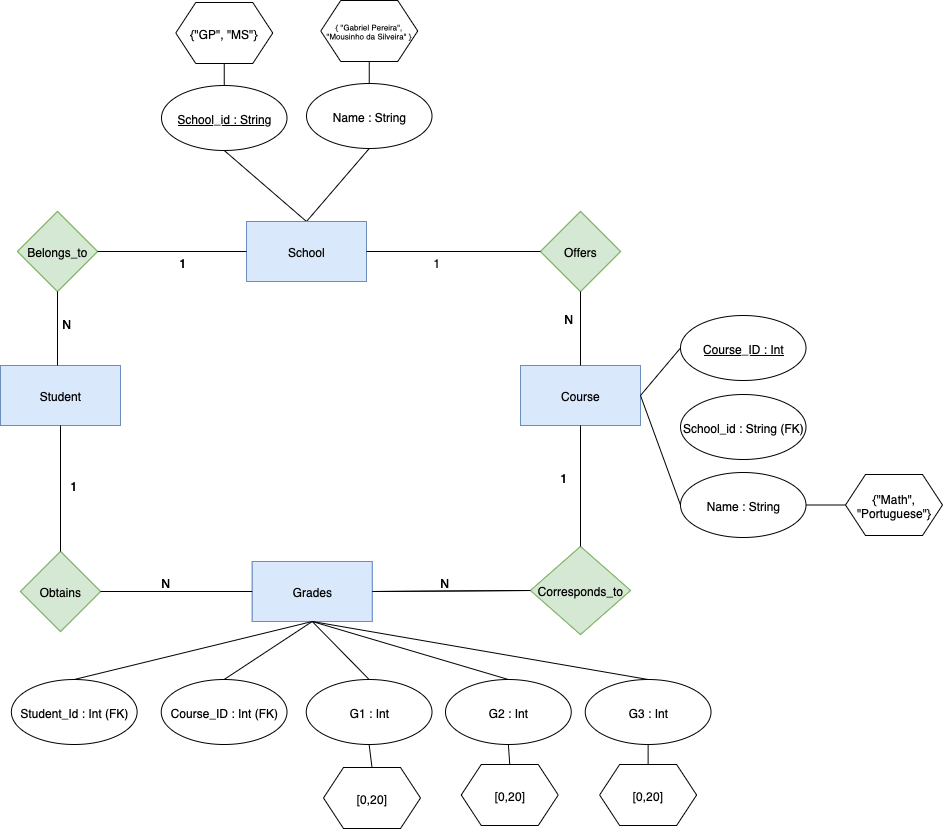
Above: Tarea2/MODELOER_P1.png in fisamz/Repositorio_MCDBDR (draw.io), before the change. Source tidied: cells renumbered, new cells last; positions are measured from the earlier drawing's top-left corner, leaving out a move shared by most shapes. Source of this version:
```xml
<mxGraphModel>
  <root>
    <mxCell id="0" />
    <mxCell id="1" parent="0" />
    <mxCell id="2" value="Student" style="rounded=0;whiteSpace=wrap;html=1;fillColor=#dae8fc;strokeColor=#6c8ebf;" parent="1" vertex="1">
      <mxGeometry y="365" width="120" height="60" as="geometry" />
    </mxCell>
    <mxCell id="3" value="Course" style="rounded=0;whiteSpace=wrap;html=1;fillColor=#dae8fc;strokeColor=#6c8ebf;" parent="1" vertex="1">
      <mxGeometry x="520" y="365" width="120" height="60" as="geometry" />
    </mxCell>
    <mxCell id="4" value="Grades" style="rounded=0;whiteSpace=wrap;html=1;fillColor=#dae8fc;strokeColor=#6c8ebf;" parent="1" vertex="1">
      <mxGeometry x="251.8" y="561" width="120" height="60" as="geometry" />
    </mxCell>
    <mxCell id="5" value="School" style="rounded=0;whiteSpace=wrap;html=1;fillColor=#dae8fc;strokeColor=#6c8ebf;" parent="1" vertex="1">
      <mxGeometry x="246" y="221" width="120" height="60" as="geometry" />
    </mxCell>
    <mxCell id="6" value="&lt;div style=&quot;text-align: start;&quot;&gt;{&quot;GP&quot;, &quot;MS&quot;}&lt;br&gt;&lt;/div&gt;" style="shape=hexagon;perimeter=hexagonPerimeter2;whiteSpace=wrap;html=1;fixedSize=1;" parent="1" vertex="1">
      <mxGeometry x="175.2" y="2" width="97" height="61" as="geometry" />
    </mxCell>
    <mxCell id="7" value="School_id : String" style="ellipse;whiteSpace=wrap;html=1;fontStyle=4;" parent="1" vertex="1">
      <mxGeometry x="161" y="85" width="125.5" height="65" as="geometry" />
    </mxCell>
    <mxCell id="8" style="endArrow=none;html=1;rounded=0;exitX=0.5;exitY=0;exitDx=0;exitDy=0;entryX=0.5;entryY=1;entryDx=0;entryDy=0;" parent="1" edge="1" source="7" target="6">
      <mxGeometry relative="1" as="geometry" />
    </mxCell>
    <mxCell id="9" style="endArrow=none;html=1;rounded=0;exitX=0.5;exitY=0;exitDx=0;exitDy=0;entryX=0.5;entryY=1;entryDx=0;entryDy=0;" parent="1" edge="1" source="5" target="7">
      <mxGeometry relative="1" as="geometry" />
    </mxCell>
    <mxCell id="10" value="Belongs_to" style="rhombus;whiteSpace=wrap;html=1;fillColor=#d5e8d4;strokeColor=#82b366;" parent="1" vertex="1">
      <mxGeometry x="17" y="211" width="80" height="80" as="geometry" />
    </mxCell>
    <mxCell id="11" style="endArrow=none;html=1;rounded=0;entryX=0.5;entryY=1;entryDx=0;entryDy=0;" parent="1" edge="1" target="10">
      <mxGeometry relative="1" as="geometry">
        <mxPoint x="57" y="365" as="sourcePoint" />
      </mxGeometry>
    </mxCell>
    <mxCell id="12" style="endArrow=none;html=1;rounded=0;entryX=0;entryY=0.5;entryDx=0;entryDy=0;exitX=1;exitY=0.5;exitDx=0;exitDy=0;" parent="1" edge="1" source="10" target="5">
      <mxGeometry relative="1" as="geometry" />
    </mxCell>
    <mxCell id="13" value="N" style="text;html=1;align=center;verticalAlign=middle;whiteSpace=wrap;rounded=0;" parent="1" vertex="1">
      <mxGeometry x="50" y="313" width="32.8" height="19" as="geometry" />
    </mxCell>
    <mxCell id="14" value="1" style="text;html=1;align=center;verticalAlign=middle;whiteSpace=wrap;rounded=0;" parent="1" vertex="1">
      <mxGeometry x="166" y="252" width="32.8" height="19" as="geometry" />
    </mxCell>
    <mxCell id="15" value="Obtains" style="rhombus;whiteSpace=wrap;html=1;fillColor=#d5e8d4;strokeColor=#82b366;" parent="1" vertex="1">
      <mxGeometry x="20" y="551" width="80" height="80" as="geometry" />
    </mxCell>
    <mxCell id="16" style="endArrow=none;html=1;rounded=0;exitX=0.5;exitY=0;exitDx=0;exitDy=0;entryX=0.5;entryY=1;entryDx=0;entryDy=0;" parent="1" edge="1" source="15" target="2">
      <mxGeometry relative="1" as="geometry" />
    </mxCell>
    <mxCell id="17" style="endArrow=none;html=1;rounded=0;exitX=0;exitY=0.5;exitDx=0;exitDy=0;entryX=1;entryY=0.5;entryDx=0;entryDy=0;" parent="1" edge="1" source="4" target="15">
      <mxGeometry relative="1" as="geometry" />
    </mxCell>
    <mxCell id="18" value="1" style="text;html=1;align=center;verticalAlign=middle;whiteSpace=wrap;rounded=0;" parent="1" vertex="1">
      <mxGeometry x="57.4" y="475" width="32.8" height="19" as="geometry" />
    </mxCell>
    <mxCell id="19" value="N" style="text;html=1;align=center;verticalAlign=middle;whiteSpace=wrap;rounded=0;" parent="1" vertex="1">
      <mxGeometry x="149" y="572" width="32.8" height="19" as="geometry" />
    </mxCell>
    <mxCell id="20" value="Corresponds_to" style="rhombus;whiteSpace=wrap;html=1;fillColor=#d5e8d4;strokeColor=#82b366;" parent="1" vertex="1">
      <mxGeometry x="530" y="546" width="100" height="88" as="geometry" />
    </mxCell>
    <mxCell id="21" style="endArrow=none;html=1;rounded=0;exitX=0;exitY=0.5;exitDx=0;exitDy=0;entryX=1;entryY=0.5;entryDx=0;entryDy=0;" parent="1" edge="1" source="20" target="4">
      <mxGeometry relative="1" as="geometry" />
    </mxCell>
    <mxCell id="22" style="endArrow=none;html=1;rounded=0;exitX=0.5;exitY=0;exitDx=0;exitDy=0;entryX=0.5;entryY=1;entryDx=0;entryDy=0;" parent="1" edge="1" source="20" target="3">
      <mxGeometry relative="1" as="geometry" />
    </mxCell>
    <mxCell id="23" value="N" style="text;html=1;align=center;verticalAlign=middle;whiteSpace=wrap;rounded=0;" parent="1" vertex="1">
      <mxGeometry x="428" y="572" width="32.8" height="19" as="geometry" />
    </mxCell>
    <mxCell id="24" value="1" style="text;html=1;align=center;verticalAlign=middle;whiteSpace=wrap;rounded=0;" parent="1" vertex="1">
      <mxGeometry x="547.2" y="467" width="32.8" height="19" as="geometry" />
    </mxCell>
    <mxCell id="25" value="Offers" style="rhombus;whiteSpace=wrap;html=1;fillColor=#d5e8d4;strokeColor=#82b366;" parent="1" vertex="1">
      <mxGeometry x="540" y="211" width="80" height="80" as="geometry" />
    </mxCell>
    <mxCell id="26" style="endArrow=none;html=1;rounded=0;exitX=1;exitY=0.5;exitDx=0;exitDy=0;entryX=0;entryY=0.5;entryDx=0;entryDy=0;" parent="1" edge="1" source="5" target="25">
      <mxGeometry relative="1" as="geometry" />
    </mxCell>
    <mxCell id="27" style="endArrow=none;html=1;rounded=0;exitX=0.5;exitY=0;exitDx=0;exitDy=0;entryX=0.5;entryY=1;entryDx=0;entryDy=0;" parent="1" edge="1" source="3" target="25">
      <mxGeometry relative="1" as="geometry" />
    </mxCell>
    <mxCell id="28" value="1" style="text;html=1;align=center;verticalAlign=middle;whiteSpace=wrap;rounded=0;" parent="1" vertex="1">
      <mxGeometry x="420" y="252" width="32.8" height="19" as="geometry" />
    </mxCell>
    <mxCell id="29" value="N" style="text;html=1;align=center;verticalAlign=middle;whiteSpace=wrap;rounded=0;" parent="1" vertex="1">
      <mxGeometry x="552" y="308" width="32.8" height="19" as="geometry" />
    </mxCell>
    <mxCell id="30" value="&lt;div&gt;{ &quot;Gabriel Pereira&quot;, &quot;Mousinho da Silveira&quot; }&lt;/div&gt;" style="shape=hexagon;perimeter=hexagonPerimeter2;whiteSpace=wrap;html=1;fixedSize=1;fontSize=8;align=center;" parent="1" vertex="1">
      <mxGeometry x="320.2" width="97" height="61" as="geometry" />
    </mxCell>
    <mxCell id="31" value="Name : String" style="ellipse;whiteSpace=wrap;html=1;" parent="1" vertex="1">
      <mxGeometry x="306" y="83" width="125.5" height="65" as="geometry" />
    </mxCell>
    <mxCell id="32" style="endArrow=none;html=1;rounded=0;exitX=0.5;exitY=0;exitDx=0;exitDy=0;entryX=0.5;entryY=1;entryDx=0;entryDy=0;" parent="1" edge="1" source="31" target="30">
      <mxGeometry relative="1" as="geometry" />
    </mxCell>
    <mxCell id="33" style="endArrow=none;html=1;rounded=0;exitX=0.5;exitY=0;exitDx=0;exitDy=0;entryX=0.5;entryY=1;entryDx=0;entryDy=0;" parent="1" edge="1" source="5" target="31">
      <mxGeometry relative="1" as="geometry" />
    </mxCell>
    <mxCell id="34" value="Course_ID : Int" style="ellipse;whiteSpace=wrap;html=1;fontStyle=4;" parent="1" vertex="1">
      <mxGeometry x="680" y="315" width="125.5" height="65" as="geometry" />
    </mxCell>
    <mxCell id="35" value="Student" style="rounded=0;whiteSpace=wrap;html=1;fillColor=#dae8fc;strokeColor=#6c8ebf;" parent="1" vertex="1">
      <mxGeometry y="365" width="120" height="60" as="geometry" />
    </mxCell>
    <mxCell id="36" value="Course" style="rounded=0;whiteSpace=wrap;html=1;fillColor=#dae8fc;strokeColor=#6c8ebf;" parent="1" vertex="1">
      <mxGeometry x="520" y="365" width="120" height="60" as="geometry" />
    </mxCell>
    <mxCell id="37" value="Grades" style="rounded=0;whiteSpace=wrap;html=1;fillColor=#dae8fc;strokeColor=#6c8ebf;" parent="1" vertex="1">
      <mxGeometry x="251.8" y="561" width="120" height="60" as="geometry" />
    </mxCell>
    <mxCell id="38" value="School" style="rounded=0;whiteSpace=wrap;html=1;fillColor=#dae8fc;strokeColor=#6c8ebf;" parent="1" vertex="1">
      <mxGeometry x="246" y="221" width="120" height="60" as="geometry" />
    </mxCell>
    <mxCell id="39" value="Belongs_to" style="rhombus;whiteSpace=wrap;html=1;fillColor=#d5e8d4;strokeColor=#82b366;" parent="1" vertex="1">
      <mxGeometry x="17" y="211" width="80" height="80" as="geometry" />
    </mxCell>
    <mxCell id="40" style="endArrow=none;html=1;rounded=0;entryX=0.5;entryY=1;entryDx=0;entryDy=0;" parent="1" edge="1" target="39">
      <mxGeometry relative="1" as="geometry">
        <mxPoint x="57" y="365" as="sourcePoint" />
      </mxGeometry>
    </mxCell>
    <mxCell id="41" style="endArrow=none;html=1;rounded=0;entryX=0;entryY=0.5;entryDx=0;entryDy=0;exitX=1;exitY=0.5;exitDx=0;exitDy=0;" parent="1" edge="1" source="39" target="38">
      <mxGeometry relative="1" as="geometry" />
    </mxCell>
    <mxCell id="42" value="N" style="text;html=1;align=center;verticalAlign=middle;whiteSpace=wrap;rounded=0;" parent="1" vertex="1">
      <mxGeometry x="50" y="313" width="32.8" height="19" as="geometry" />
    </mxCell>
    <mxCell id="43" value="1" style="text;html=1;align=center;verticalAlign=middle;whiteSpace=wrap;rounded=0;" parent="1" vertex="1">
      <mxGeometry x="166" y="252" width="32.8" height="19" as="geometry" />
    </mxCell>
    <mxCell id="44" value="Obtains" style="rhombus;whiteSpace=wrap;html=1;fillColor=#d5e8d4;strokeColor=#82b366;" parent="1" vertex="1">
      <mxGeometry x="20" y="551" width="80" height="80" as="geometry" />
    </mxCell>
    <mxCell id="45" style="endArrow=none;html=1;rounded=0;exitX=0.5;exitY=0;exitDx=0;exitDy=0;entryX=0.5;entryY=1;entryDx=0;entryDy=0;" parent="1" edge="1" source="44" target="35">
      <mxGeometry relative="1" as="geometry" />
    </mxCell>
    <mxCell id="46" style="endArrow=none;html=1;rounded=0;exitX=0;exitY=0.5;exitDx=0;exitDy=0;entryX=1;entryY=0.5;entryDx=0;entryDy=0;" parent="1" edge="1" source="37" target="44">
      <mxGeometry relative="1" as="geometry" />
    </mxCell>
    <mxCell id="47" value="1" style="text;html=1;align=center;verticalAlign=middle;whiteSpace=wrap;rounded=0;" parent="1" vertex="1">
      <mxGeometry x="57.4" y="475" width="32.8" height="19" as="geometry" />
    </mxCell>
    <mxCell id="48" value="N" style="text;html=1;align=center;verticalAlign=middle;whiteSpace=wrap;rounded=0;" parent="1" vertex="1">
      <mxGeometry x="149" y="572" width="32.8" height="19" as="geometry" />
    </mxCell>
    <mxCell id="49" value="Corresponds_to" style="rhombus;whiteSpace=wrap;html=1;fillColor=#d5e8d4;strokeColor=#82b366;" parent="1" vertex="1">
      <mxGeometry x="530" y="546" width="100" height="88" as="geometry" />
    </mxCell>
    <mxCell id="50" style="endArrow=none;html=1;rounded=0;exitX=0;exitY=0.5;exitDx=0;exitDy=0;entryX=1;entryY=0.5;entryDx=0;entryDy=0;" parent="1" edge="1" source="49" target="37">
      <mxGeometry relative="1" as="geometry" />
    </mxCell>
    <mxCell id="51" style="endArrow=none;html=1;rounded=0;exitX=0.5;exitY=0;exitDx=0;exitDy=0;entryX=0.5;entryY=1;entryDx=0;entryDy=0;" parent="1" edge="1" source="49" target="36">
      <mxGeometry relative="1" as="geometry" />
    </mxCell>
    <mxCell id="52" value="N" style="text;html=1;align=center;verticalAlign=middle;whiteSpace=wrap;rounded=0;" parent="1" vertex="1">
      <mxGeometry x="428" y="572" width="32.8" height="19" as="geometry" />
    </mxCell>
    <mxCell id="53" value="1" style="text;html=1;align=center;verticalAlign=middle;whiteSpace=wrap;rounded=0;" parent="1" vertex="1">
      <mxGeometry x="547.2" y="467" width="32.8" height="19" as="geometry" />
    </mxCell>
    <mxCell id="54" value="Offers" style="rhombus;whiteSpace=wrap;html=1;fillColor=#d5e8d4;strokeColor=#82b366;" parent="1" vertex="1">
      <mxGeometry x="540" y="211" width="80" height="80" as="geometry" />
    </mxCell>
    <mxCell id="55" style="endArrow=none;html=1;rounded=0;exitX=1;exitY=0.5;exitDx=0;exitDy=0;entryX=0;entryY=0.5;entryDx=0;entryDy=0;" parent="1" edge="1" source="38" target="54">
      <mxGeometry relative="1" as="geometry" />
    </mxCell>
    <mxCell id="56" style="endArrow=none;html=1;rounded=0;exitX=0.5;exitY=0;exitDx=0;exitDy=0;entryX=0.5;entryY=1;entryDx=0;entryDy=0;" parent="1" edge="1" source="36" target="54">
      <mxGeometry relative="1" as="geometry" />
    </mxCell>
    <mxCell id="57" value="N" style="text;html=1;align=center;verticalAlign=middle;whiteSpace=wrap;rounded=0;" parent="1" vertex="1">
      <mxGeometry x="552" y="308" width="32.8" height="19" as="geometry" />
    </mxCell>
    <mxCell id="58" value="Name : String" style="ellipse;whiteSpace=wrap;html=1;fontStyle=0;" parent="1" vertex="1">
      <mxGeometry x="680" y="472" width="125.5" height="65" as="geometry" />
    </mxCell>
    <mxCell id="59" style="endArrow=none;html=1;rounded=0;entryX=0;entryY=0.5;entryDx=0;entryDy=0;exitX=1;exitY=0.5;exitDx=0;exitDy=0;" parent="1" edge="1" source="36" target="34">
      <mxGeometry relative="1" as="geometry" />
    </mxCell>
    <mxCell id="60" style="endArrow=none;html=1;rounded=0;entryX=0;entryY=0.5;entryDx=0;entryDy=0;exitX=1;exitY=0.5;exitDx=0;exitDy=0;" parent="1" edge="1" source="36" target="58">
      <mxGeometry relative="1" as="geometry" />
    </mxCell>
    <mxCell id="61" value="&lt;div&gt;{&quot;Math&quot;, &quot;Portuguese&quot;}&lt;/div&gt;" style="shape=hexagon;perimeter=hexagonPerimeter2;whiteSpace=wrap;html=1;fixedSize=1;fontSize=12;align=center;" parent="1" vertex="1">
      <mxGeometry x="845" y="474" width="97" height="61" as="geometry" />
    </mxCell>
    <mxCell id="62" style="endArrow=none;html=1;rounded=0;entryX=0;entryY=0.5;entryDx=0;entryDy=0;exitX=1;exitY=0.5;exitDx=0;exitDy=0;" parent="1" edge="1" source="58" target="61">
      <mxGeometry relative="1" as="geometry" />
    </mxCell>
    <mxCell id="63" value="Student_Id : Int (FK)" style="ellipse;whiteSpace=wrap;html=1;fontStyle=0;" parent="1" vertex="1">
      <mxGeometry x="10.9" y="679" width="125.8" height="65" as="geometry" />
    </mxCell>
    <mxCell id="64" value="Course_ID : Int (FK)" style="ellipse;whiteSpace=wrap;html=1;fontStyle=0;" parent="1" vertex="1">
      <mxGeometry x="160.8" y="679" width="125.8" height="65" as="geometry" />
    </mxCell>
    <mxCell id="65" value="G1 : Int" style="ellipse;whiteSpace=wrap;html=1;fontStyle=0;" parent="1" vertex="1">
      <mxGeometry x="305.8" y="679" width="125.8" height="65" as="geometry" />
    </mxCell>
    <mxCell id="66" value="G2 : Int" style="ellipse;whiteSpace=wrap;html=1;fontStyle=0;" parent="1" vertex="1">
      <mxGeometry x="445" y="679" width="125.8" height="65" as="geometry" />
    </mxCell>
    <mxCell id="67" value="G3 : Int" style="ellipse;whiteSpace=wrap;html=1;fontStyle=0;" parent="1" vertex="1">
      <mxGeometry x="584.8" y="679" width="125.8" height="65" as="geometry" />
    </mxCell>
    <mxCell id="68" style="endArrow=none;html=1;rounded=0;entryX=0.5;entryY=1;entryDx=0;entryDy=0;exitX=0.5;exitY=0;exitDx=0;exitDy=0;" parent="1" edge="1" source="63" target="37">
      <mxGeometry relative="1" as="geometry" />
    </mxCell>
    <mxCell id="69" style="endArrow=none;html=1;rounded=0;entryX=0.5;entryY=1;entryDx=0;entryDy=0;exitX=0.5;exitY=0;exitDx=0;exitDy=0;" parent="1" edge="1" source="64" target="37">
      <mxGeometry relative="1" as="geometry" />
    </mxCell>
    <mxCell id="70" style="endArrow=none;html=1;rounded=0;entryX=0.5;entryY=1;entryDx=0;entryDy=0;exitX=0.5;exitY=0;exitDx=0;exitDy=0;" parent="1" edge="1" source="65" target="37">
      <mxGeometry relative="1" as="geometry" />
    </mxCell>
    <mxCell id="71" style="endArrow=none;html=1;rounded=0;entryX=0.5;entryY=1;entryDx=0;entryDy=0;exitX=0.5;exitY=0;exitDx=0;exitDy=0;" parent="1" edge="1" source="66" target="37">
      <mxGeometry relative="1" as="geometry" />
    </mxCell>
    <mxCell id="72" style="endArrow=none;html=1;rounded=0;entryX=0.5;entryY=1;entryDx=0;entryDy=0;exitX=0.5;exitY=0;exitDx=0;exitDy=0;" parent="1" edge="1" source="67" target="37">
      <mxGeometry relative="1" as="geometry" />
    </mxCell>
    <mxCell id="73" value="&lt;div&gt;[0,20]&lt;/div&gt;" style="shape=hexagon;perimeter=hexagonPerimeter2;whiteSpace=wrap;html=1;fixedSize=1;fontSize=12;align=center;" parent="1" vertex="1">
      <mxGeometry x="323" y="767" width="97" height="61" as="geometry" />
    </mxCell>
    <mxCell id="74" value="&lt;div&gt;[0,20]&lt;/div&gt;" style="shape=hexagon;perimeter=hexagonPerimeter2;whiteSpace=wrap;html=1;fixedSize=1;fontSize=12;align=center;" parent="1" vertex="1">
      <mxGeometry x="460.8" y="764" width="97" height="61" as="geometry" />
    </mxCell>
    <mxCell id="75" value="&lt;div&gt;[0,20]&lt;/div&gt;" style="shape=hexagon;perimeter=hexagonPerimeter2;whiteSpace=wrap;html=1;fixedSize=1;fontSize=12;align=center;" parent="1" vertex="1">
      <mxGeometry x="599.1" y="764" width="97" height="61" as="geometry" />
    </mxCell>
    <mxCell id="76" style="endArrow=none;html=1;rounded=0;entryX=0.5;entryY=1;entryDx=0;entryDy=0;exitX=0.5;exitY=0;exitDx=0;exitDy=0;" parent="1" edge="1" source="73" target="65">
      <mxGeometry relative="1" as="geometry" />
    </mxCell>
    <mxCell id="77" style="endArrow=none;html=1;rounded=0;entryX=0.5;entryY=1;entryDx=0;entryDy=0;exitX=0.5;exitY=0;exitDx=0;exitDy=0;" parent="1" edge="1" source="74" target="66">
      <mxGeometry relative="1" as="geometry" />
    </mxCell>
    <mxCell id="78" style="endArrow=none;html=1;rounded=0;entryX=0.5;entryY=1;entryDx=0;entryDy=0;exitX=0.5;exitY=0;exitDx=0;exitDy=0;" parent="1" edge="1" source="75" target="67">
      <mxGeometry relative="1" as="geometry" />
    </mxCell>
    <mxCell id="79" value="&lt;span style=&quot;&quot;&gt;School_id : String (FK)&lt;/span&gt;" style="ellipse;whiteSpace=wrap;html=1;fontStyle=0;" parent="1" vertex="1">
      <mxGeometry x="680" y="394" width="125.5" height="65" as="geometry" />
    </mxCell>
  </root>
</mxGraphModel>
```
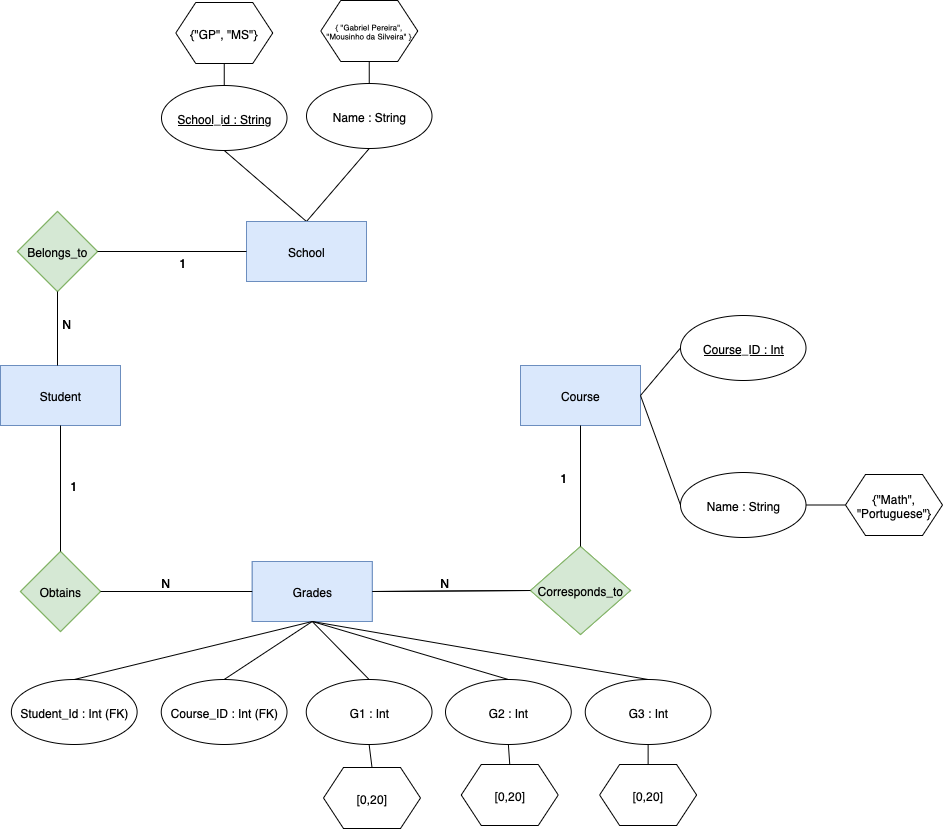
The same file after the commit.

Change to the diagram source:
```diff
@@ -73,21 +73,6 @@
     <mxCell id="24" value="1" style="text;html=1;align=center;verticalAlign=middle;whiteSpace=wrap;rounded=0;" parent="1" vertex="1">
       <mxGeometry x="547.2" y="467" width="32.8" height="19" as="geometry" />
     </mxCell>
-    <mxCell id="25" value="Offers" style="rhombus;whiteSpace=wrap;html=1;fillColor=#d5e8d4;strokeColor=#82b366;" parent="1" vertex="1">
-      <mxGeometry x="540" y="211" width="80" height="80" as="geometry" />
-    </mxCell>
-    <mxCell id="26" style="endArrow=none;html=1;rounded=0;exitX=1;exitY=0.5;exitDx=0;exitDy=0;entryX=0;entryY=0.5;entryDx=0;entryDy=0;" parent="1" edge="1" source="5" target="25">
-      <mxGeometry relative="1" as="geometry" />
-    </mxCell>
-    <mxCell id="27" style="endArrow=none;html=1;rounded=0;exitX=0.5;exitY=0;exitDx=0;exitDy=0;entryX=0.5;entryY=1;entryDx=0;entryDy=0;" parent="1" edge="1" source="3" target="25">
-      <mxGeometry relative="1" as="geometry" />
-    </mxCell>
-    <mxCell id="28" value="1" style="text;html=1;align=center;verticalAlign=middle;whiteSpace=wrap;rounded=0;" parent="1" vertex="1">
-      <mxGeometry x="420" y="252" width="32.8" height="19" as="geometry" />
-    </mxCell>
-    <mxCell id="29" value="N" style="text;html=1;align=center;verticalAlign=middle;whiteSpace=wrap;rounded=0;" parent="1" vertex="1">
-      <mxGeometry x="552" y="308" width="32.8" height="19" as="geometry" />
-    </mxCell>
     <mxCell id="30" value="&lt;div&gt;{ &quot;Gabriel Pereira&quot;, &quot;Mousinho da Silveira&quot; }&lt;/div&gt;" style="shape=hexagon;perimeter=hexagonPerimeter2;whiteSpace=wrap;html=1;fixedSize=1;fontSize=8;align=center;" parent="1" vertex="1">
       <mxGeometry x="320.2" width="97" height="61" as="geometry" />
     </mxCell>
@@ -162,18 +147,6 @@
     <mxCell id="53" value="1" style="text;html=1;align=center;verticalAlign=middle;whiteSpace=wrap;rounded=0;" parent="1" vertex="1">
       <mxGeometry x="547.2" y="467" width="32.8" height="19" as="geometry" />
     </mxCell>
-    <mxCell id="54" value="Offers" style="rhombus;whiteSpace=wrap;html=1;fillColor=#d5e8d4;strokeColor=#82b366;" parent="1" vertex="1">
-      <mxGeometry x="540" y="211" width="80" height="80" as="geometry" />
-    </mxCell>
-    <mxCell id="55" style="endArrow=none;html=1;rounded=0;exitX=1;exitY=0.5;exitDx=0;exitDy=0;entryX=0;entryY=0.5;entryDx=0;entryDy=0;" parent="1" edge="1" source="38" target="54">
-      <mxGeometry relative="1" as="geometry" />
-    </mxCell>
-    <mxCell id="56" style="endArrow=none;html=1;rounded=0;exitX=0.5;exitY=0;exitDx=0;exitDy=0;entryX=0.5;entryY=1;entryDx=0;entryDy=0;" parent="1" edge="1" source="36" target="54">
-      <mxGeometry relative="1" as="geometry" />
-    </mxCell>
-    <mxCell id="57" value="N" style="text;html=1;align=center;verticalAlign=middle;whiteSpace=wrap;rounded=0;" parent="1" vertex="1">
-      <mxGeometry x="552" y="308" width="32.8" height="19" as="geometry" />
-    </mxCell>
     <mxCell id="58" value="Name : String" style="ellipse;whiteSpace=wrap;html=1;fontStyle=0;" parent="1" vertex="1">
       <mxGeometry x="680" y="472" width="125.5" height="65" as="geometry" />
     </mxCell>
@@ -237,8 +210,5 @@
     <mxCell id="78" style="endArrow=none;html=1;rounded=0;entryX=0.5;entryY=1;entryDx=0;entryDy=0;exitX=0.5;exitY=0;exitDx=0;exitDy=0;" parent="1" edge="1" source="75" target="67">
       <mxGeometry relative="1" as="geometry" />
     </mxCell>
-    <mxCell id="79" value="&lt;span style=&quot;&quot;&gt;School_id : String (FK)&lt;/span&gt;" style="ellipse;whiteSpace=wrap;html=1;fontStyle=0;" parent="1" vertex="1">
-      <mxGeometry x="680" y="394" width="125.5" height="65" as="geometry" />
-    </mxCell>
   </root>
 </mxGraphModel>
```
